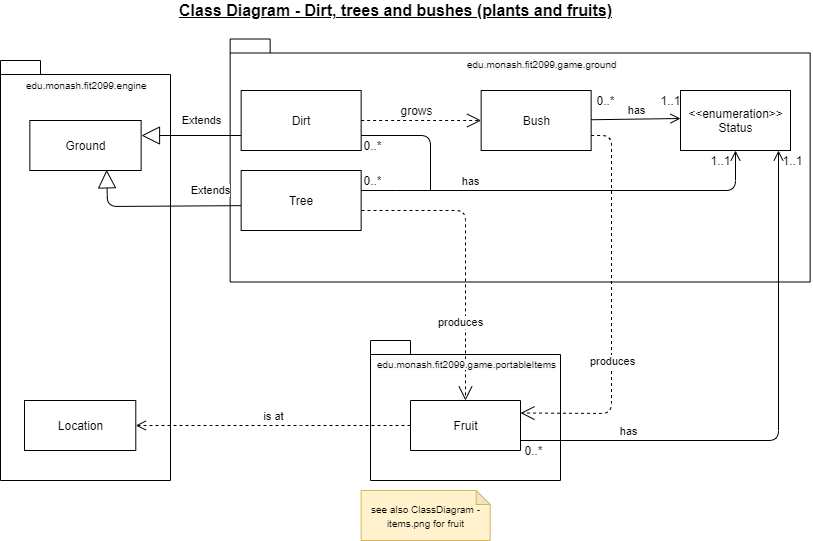
The draw.io diagram assignment_workings/Class Diagram - Dirt, trees and bushes (plants and fruits).png in mltw/fit2099-jurassic-park-2021, before a commit. Source tidied: cells renumbered, new cells last; positions are measured from the earlier drawing's top-left corner, leaving out a move shared by most shapes.
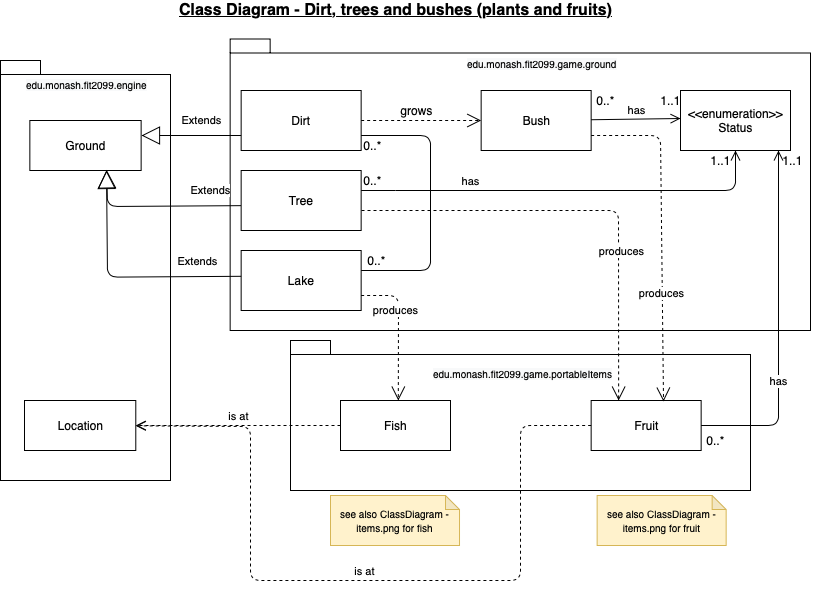
Later version of the same file.

Commit message:
update class diagram - dirt,trees,bushes

What changed in the source:
```diff
@@ -3,10 +3,10 @@
     <mxCell id="0" />
     <mxCell id="1" parent="0" />
     <mxCell id="2" style="shape=folder;fontStyle=1;spacingTop=10;tabWidth=40;tabHeight=14;tabPosition=left;html=1;" parent="1" vertex="1">
-      <mxGeometry x="229.6" y="38.5" width="580" height="243" as="geometry" />
+      <mxGeometry x="229.6" y="38.5" width="580.4" height="291.5" as="geometry" />
     </mxCell>
     <mxCell id="3" style="shape=folder;fontStyle=1;spacingTop=10;tabWidth=40;tabHeight=14;tabPosition=left;html=1;" parent="1" vertex="1">
-      <mxGeometry x="370" y="340" width="190" height="140" as="geometry" />
+      <mxGeometry x="290" y="340" width="460" height="150" as="geometry" />
     </mxCell>
     <mxCell id="4" style="shape=folder;fontStyle=1;spacingTop=10;tabWidth=40;tabHeight=14;tabPosition=left;html=1;" parent="1" vertex="1">
       <mxGeometry y="60" width="170" height="420" as="geometry" />
@@ -15,7 +15,7 @@
       <mxGeometry x="170" width="450" height="20" as="geometry" />
     </mxCell>
     <mxCell id="6" value="Fruit" style="html=1;direction=north;" parent="1" vertex="1">
-      <mxGeometry x="410" y="400" width="110" height="50" as="geometry" />
+      <mxGeometry x="590.6" y="400" width="110" height="50" as="geometry" />
     </mxCell>
     <mxCell id="7" value="Ground" style="html=1;" parent="1" vertex="1">
       <mxGeometry x="29.4" y="120" width="111.3" height="50" as="geometry" />
@@ -37,24 +37,23 @@
     <mxCell id="11" value="Tree" style="rounded=0;whiteSpace=wrap;html=1;" parent="1" vertex="1">
       <mxGeometry x="240.6" y="170" width="120" height="60" as="geometry" />
     </mxCell>
-    <mxCell id="12" style="endArrow=open;endFill=1;endSize=12;html=1;entryX=1;entryY=0.5;entryDx=0;entryDy=0;dashed=1;" parent="1" edge="1" target="6">
+    <mxCell id="12" style="endArrow=open;endFill=1;endSize=12;html=1;entryX=1;entryY=0.25;entryDx=0;entryDy=0;dashed=1;" parent="1" edge="1" target="6">
       <mxGeometry relative="1" as="geometry">
         <mxPoint x="361" y="210" as="sourcePoint" />
         <Array as="points">
-          <mxPoint x="465" y="210" />
+          <mxPoint x="618" y="210" />
         </Array>
       </mxGeometry>
     </mxCell>
     <mxCell id="13" value="produces" style="edgeLabel;html=1;align=center;verticalAlign=middle;" parent="12" vertex="1">
       <mxGeometry x="-0.3" y="5" relative="1" as="geometry">
-        <mxPoint x="-5" y="116" as="offset" />
+        <mxPoint x="103" y="45" as="offset" />
       </mxGeometry>
     </mxCell>
-    <mxCell id="14" style="endArrow=open;endFill=1;endSize=12;html=1;entryX=0.75;entryY=1;entryDx=0;entryDy=0;dashed=1;exitX=1;exitY=0.75;exitDx=0;exitDy=0;" parent="1" edge="1" source="10" target="6">
+    <mxCell id="14" style="endArrow=open;endFill=1;endSize=12;html=1;entryX=0.98;entryY=0.658;entryDx=0;entryDy=0;dashed=1;exitX=1;exitY=0.75;exitDx=0;exitDy=0;entryPerimeter=0;" parent="1" edge="1" source="10" target="6">
       <mxGeometry relative="1" as="geometry">
         <Array as="points">
-          <mxPoint x="611" y="135" />
-          <mxPoint x="611" y="413" />
+          <mxPoint x="660" y="135" />
         </Array>
       </mxGeometry>
     </mxCell>
@@ -105,13 +104,15 @@
     <mxCell id="25" value="is at" style="html=1;verticalAlign=bottom;endArrow=open;dashed=1;endSize=8;exitX=0.5;exitY=0;exitDx=0;exitDy=0;" parent="1" edge="1" source="6" target="24">
       <mxGeometry relative="1" as="geometry">
         <Array as="points">
-          <mxPoint x="310" y="425" />
-          <mxPoint x="200" y="425" />
+          <mxPoint x="520" y="425" />
+          <mxPoint x="520" y="580" />
+          <mxPoint x="250" y="580" />
+          <mxPoint x="250" y="426" />
         </Array>
       </mxGeometry>
     </mxCell>
     <mxCell id="26" value="&lt;span style=&quot;color: rgb(0 , 0 , 0) ; font-family: &amp;#34;helvetica&amp;#34; ; font-size: 10px ; font-style: normal ; font-weight: 400 ; letter-spacing: normal ; text-align: center ; text-indent: 0px ; text-transform: none ; word-spacing: 0px ; background-color: rgb(248 , 249 , 250) ; display: inline ; float: none&quot;&gt;edu.monash.fit2099.game.portableItems&lt;/span&gt;" style="text;whiteSpace=wrap;html=1;" parent="1" vertex="1">
-      <mxGeometry x="375" y="350" width="160" height="30" as="geometry" />
+      <mxGeometry x="430.6" y="360" width="160" height="30" as="geometry" />
     </mxCell>
     <mxCell id="27" value="1..1" style="text;html=1;align=center;verticalAlign=middle;strokeColor=none;" parent="1" vertex="1">
       <mxGeometry x="650" y="90" width="40" height="20" as="geometry" />
@@ -142,12 +143,11 @@
     <mxCell id="33" value="0..*" style="text;html=1;align=center;verticalAlign=middle;strokeColor=none;" parent="1" vertex="1">
       <mxGeometry x="356.6" y="135" width="30" height="20" as="geometry" />
     </mxCell>
-    <mxCell id="34" value="has" style="html=1;verticalAlign=bottom;endArrow=open;endSize=8;exitX=0.5;exitY=1;exitDx=0;exitDy=0;startArrow=none;" parent="1" edge="1">
-      <mxGeometry x="-0.61" relative="1" as="geometry">
-        <mxPoint x="520" y="440" as="sourcePoint" />
+    <mxCell id="34" value="has" style="html=1;verticalAlign=bottom;endArrow=open;endSize=8;startArrow=none;exitX=0.5;exitY=1;exitDx=0;exitDy=0;" parent="1" edge="1" source="6">
+      <mxGeometry x="-0.36" relative="1" as="geometry">
         <mxPoint x="778" y="150" as="targetPoint" />
         <Array as="points">
-          <mxPoint x="778" y="440" />
+          <mxPoint x="778" y="425" />
         </Array>
       </mxGeometry>
     </mxCell>
@@ -155,10 +155,57 @@
       <mxGeometry x="771.6" y="150" width="40" height="20" as="geometry" />
     </mxCell>
     <mxCell id="36" value="0..*" style="text;html=1;align=center;verticalAlign=middle;strokeColor=none;" parent="1" vertex="1">
-      <mxGeometry x="518" y="440" width="30" height="20" as="geometry" />
+      <mxGeometry x="700" y="430" width="30" height="20" as="geometry" />
     </mxCell>
     <mxCell id="37" value="&lt;font style=&quot;font-size: 10px&quot;&gt;see also ClassDiagram - items.png for fruit&lt;/font&gt;" style="shape=note;whiteSpace=wrap;html=1;backgroundOutline=1;darkOpacity=0.05;size=14;fillColor=#fff2cc;strokeColor=#d6b656;" parent="1" vertex="1">
-      <mxGeometry x="360.7" y="490" width="129" height="50" as="geometry" />
+      <mxGeometry x="596.6" y="495" width="129" height="50" as="geometry" />
     </mxCell>
+    <mxCell id="38" value="Lake" style="rounded=0;whiteSpace=wrap;html=1;" parent="1" vertex="1">
+      <mxGeometry x="240.6" y="250" width="120" height="60" as="geometry" />
+    </mxCell>
+    <mxCell id="39" value="Extends" style="endArrow=block;endSize=16;endFill=0;html=1;exitX=0;exitY=0.5;exitDx=0;exitDy=0;" parent="1" edge="1">
+      <mxGeometry x="-0.64" y="-15" relative="1" as="geometry">
+        <mxPoint x="240.7" y="275.8" as="sourcePoint" />
+        <mxPoint x="106" y="170" as="targetPoint" />
+        <Array as="points">
+          <mxPoint x="107" y="276.6" />
+        </Array>
+      </mxGeometry>
+    </mxCell>
+    <mxCell id="40" style="html=1;verticalAlign=bottom;endArrow=none;exitX=1;exitY=0.75;exitDx=0;exitDy=0;endFill=0;" parent="1" edge="1">
+      <mxGeometry relative="1" as="geometry">
+        <mxPoint x="360.7" y="270" as="sourcePoint" />
+        <mxPoint x="430" y="190" as="targetPoint" />
+        <Array as="points">
+          <mxPoint x="430" y="270" />
+        </Array>
+      </mxGeometry>
+    </mxCell>
+    <mxCell id="41" value="0..*" style="text;html=1;align=center;verticalAlign=middle;strokeColor=none;" parent="1" vertex="1">
+      <mxGeometry x="360.6" y="250" width="30" height="20" as="geometry" />
+    </mxCell>
+    <mxCell id="42" value="Fish" style="html=1;direction=north;" parent="1" vertex="1">
+      <mxGeometry x="340" y="400" width="110" height="50" as="geometry" />
+    </mxCell>
+    <mxCell id="43" style="endArrow=open;endFill=1;endSize=12;html=1;entryX=1;entryY=0.25;entryDx=0;entryDy=0;dashed=1;exitX=1;exitY=0.75;exitDx=0;exitDy=0;" parent="1" edge="1">
+      <mxGeometry relative="1" as="geometry">
+        <mxPoint x="360.7" y="295" as="sourcePoint" />
+        <mxPoint x="397.8" y="400" as="targetPoint" />
+        <Array as="points">
+          <mxPoint x="398" y="295" />
+        </Array>
+      </mxGeometry>
+    </mxCell>
+    <mxCell id="44" value="produces" style="edgeLabel;html=1;align=center;verticalAlign=middle;" parent="43" vertex="1">
+      <mxGeometry x="-0.3" y="5" relative="1" as="geometry">
+        <mxPoint x="-8" y="2" as="offset" />
+      </mxGeometry>
+    </mxCell>
+    <mxCell id="45" value="is at" style="html=1;verticalAlign=bottom;endArrow=open;dashed=1;endSize=8;exitX=0.5;exitY=0;exitDx=0;exitDy=0;entryX=1;entryY=0.5;entryDx=0;entryDy=0;" parent="1" edge="1" source="42" target="24">
+      <mxGeometry relative="1" as="geometry" />
+    </mxCell>
+    <mxCell id="46" value="&lt;font style=&quot;font-size: 10px&quot;&gt;see also ClassDiagram - items.png for fish&lt;/font&gt;" style="shape=note;whiteSpace=wrap;html=1;backgroundOutline=1;darkOpacity=0.05;size=14;fillColor=#fff2cc;strokeColor=#d6b656;" parent="1" vertex="1">
+      <mxGeometry x="330" y="495" width="129" height="50" as="geometry" />
+    </mxCell>
   </root>
 </mxGraphModel>
```
